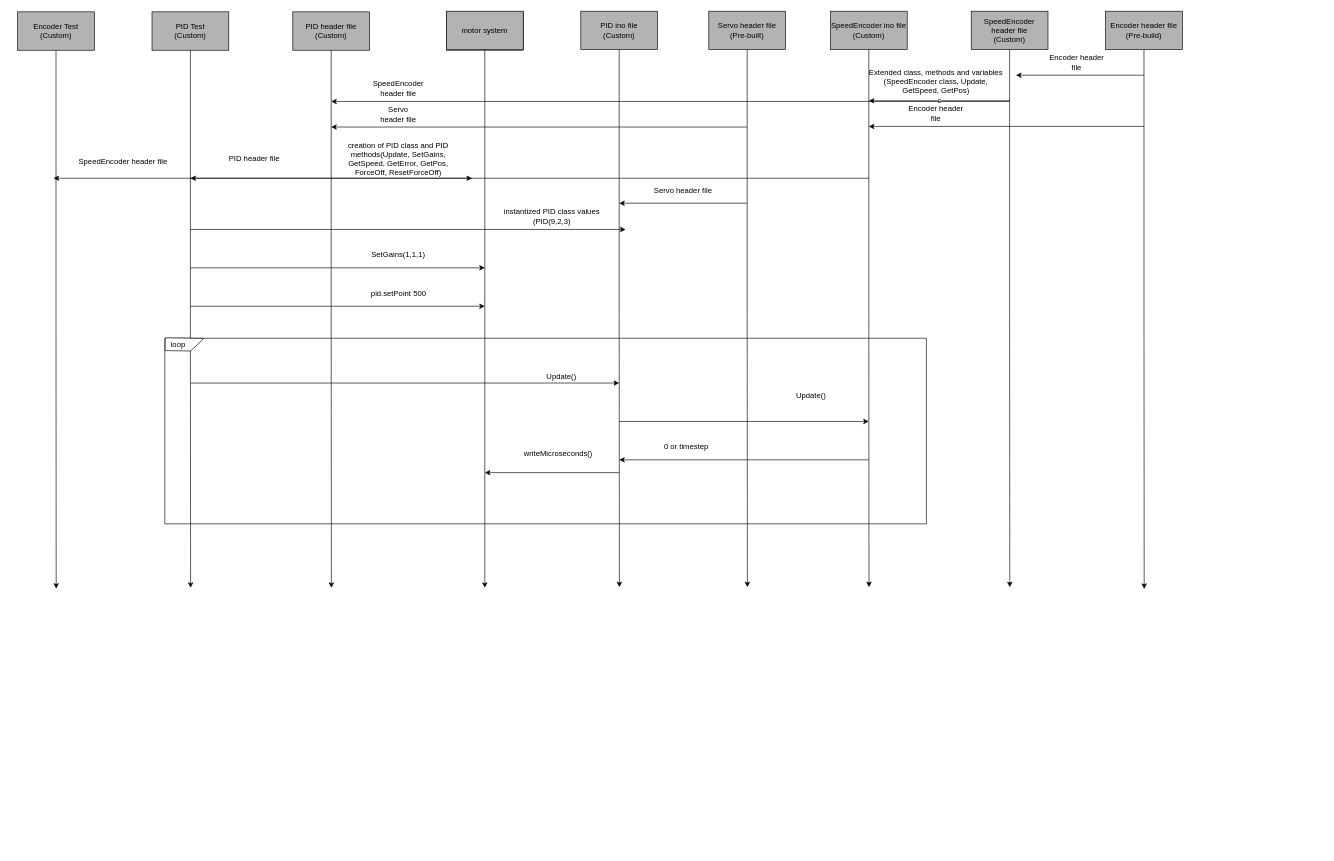
Daniel-Git-Hub/ENGG3000_T6 keeps this draw.io diagram as Diagrams/SpeedEncoder.drawio. Above is the earlier version. Source tidied: cells renumbered, new cells numbered last; positions are measured from the earlier drawing's top-left corner, leaving out a move shared by most shapes. Both pictures are drawn from the tidied source at 64%, with x=0, y=0 at pixel (17, 11).
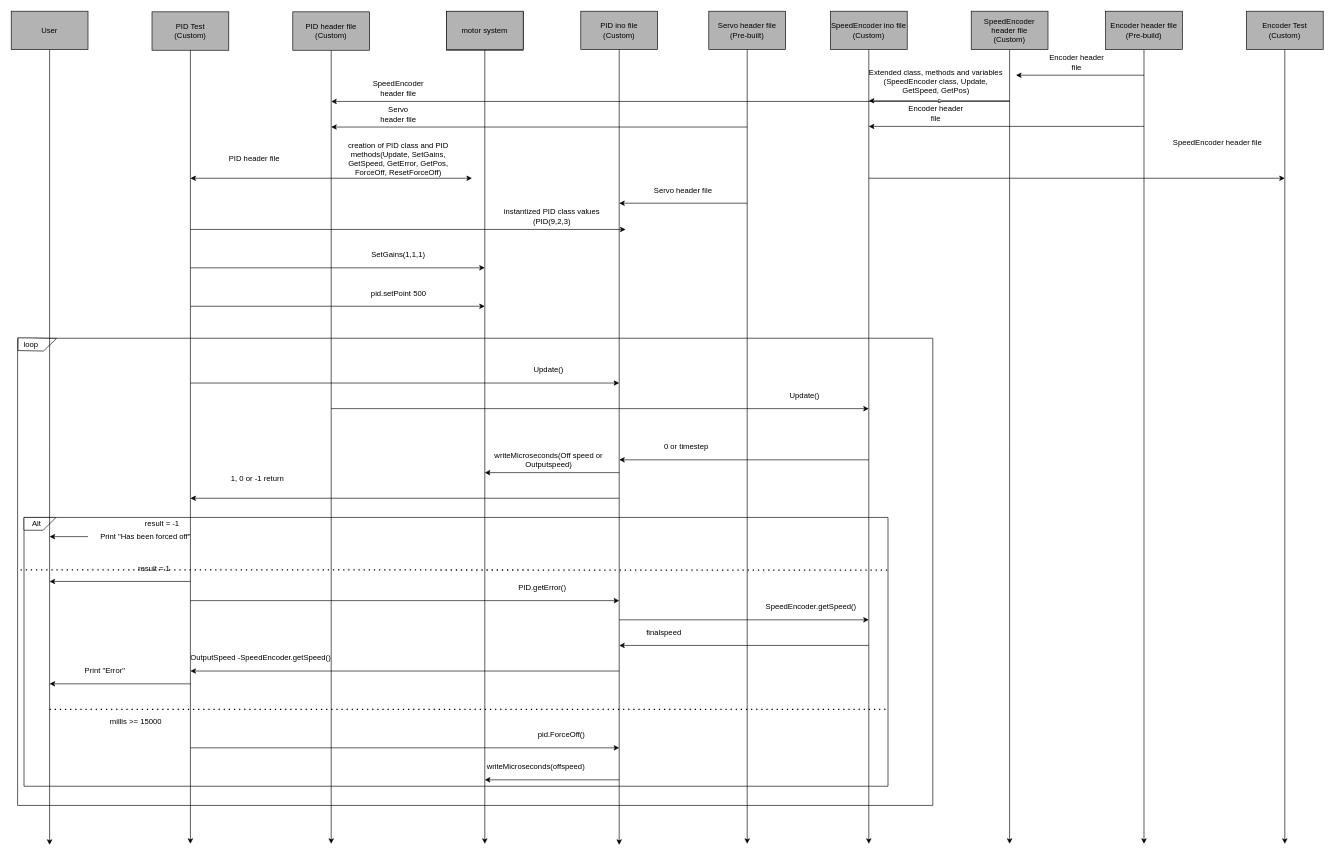
The same page after the edit.

Commit message:
Fixed Encoder loop

Unchanged cells that the change refers to:
```xml
<mxCell id="5" value="SpeedEncoder ino file&lt;br&gt;(Custom)" style="rounded=0;whiteSpace=wrap;html=1;fillColor=#B3B3B3;" parent="1" vertex="1">
  <mxGeometry x="1270" width="120" height="60" as="geometry" />
</mxCell>
<mxCell id="7" value="PID ino file&lt;br&gt;(Custom)" style="rounded=0;whiteSpace=wrap;html=1;fillColor=#B3B3B3;" parent="1" vertex="1">
  <mxGeometry x="880" width="120" height="60" as="geometry" />
</mxCell>
<mxCell id="9" value="PID header file&lt;br&gt;(Custom)" style="rounded=0;whiteSpace=wrap;html=1;fillColor=#B3B3B3;" parent="1" vertex="1">
  <mxGeometry x="430" y="1" width="120" height="60" as="geometry" />
</mxCell>
<mxCell id="11" value="PID Test&lt;br&gt;(Custom)" style="rounded=0;whiteSpace=wrap;html=1;fillColor=#B3B3B3;" parent="1" vertex="1">
  <mxGeometry x="210" y="1" width="120" height="60" as="geometry" />
</mxCell>
<mxCell id="13" value="SpeedEncoder header file&lt;br&gt;(Custom)" style="rounded=0;whiteSpace=wrap;html=1;fillColor=#B3B3B3;" parent="1" vertex="1">
  <mxGeometry x="1490" width="120" height="60" as="geometry" />
</mxCell>
<mxCell id="15" value="Encoder header file&lt;br&gt;(Pre-build)" style="rounded=0;whiteSpace=wrap;html=1;fillColor=#B3B3B3;" parent="1" vertex="1">
  <mxGeometry x="1700" width="120" height="60" as="geometry" />
</mxCell>
<mxCell id="23" value="Servo header file&lt;br&gt;(Pre-built)" style="rounded=0;whiteSpace=wrap;html=1;fillColor=#B3B3B3;" parent="1" vertex="1">
  <mxGeometry x="1080" width="120" height="60" as="geometry" />
</mxCell>
<mxCell id="52" value="motor system" style="rounded=0;whiteSpace=wrap;html=1;fillColor=#B3B3B3;" parent="1" vertex="1">
  <mxGeometry x="670" width="120" height="60" as="geometry" />
</mxCell>
```

Change to the diagram source:
```diff
@@
     <mxCell id="2" style="edgeStyle=orthogonalEdgeStyle;rounded=0;jettySize=auto;html=1;exitX=0.5;exitY=1;exitDx=0;exitDy=0;" parent="1" edge="1" source="3">
       <mxGeometry relative="1" as="geometry">
-        <mxPoint x="60.3" y="902.3" as="targetPoint" />
+        <mxPoint x="1980" y="1301" as="targetPoint" />
       </mxGeometry>
     </mxCell>
     <mxCell id="3" value="Encoder Test&lt;br&gt;(Custom)" style="rounded=0;whiteSpace=wrap;html=1;fillColor=#B3B3B3;" parent="1" vertex="1">
-      <mxGeometry y="1" width="120" height="60" as="geometry" />
+      <mxGeometry x="1920" width="120" height="60" as="geometry" />
     </mxCell>
     <mxCell id="4" style="edgeStyle=orthogonalEdgeStyle;rounded=0;jettySize=auto;html=1;exitX=0.5;exitY=1;exitDx=0;exitDy=0;" parent="1" edge="1" source="5">
       <mxGeometry relative="1" as="geometry">
-        <mxPoint x="1330.3" y="900" as="targetPoint" />
+        <mxPoint x="1330" y="1301" as="targetPoint" />
       </mxGeometry>
     </mxCell>
@@
     <mxCell id="6" style="edgeStyle=orthogonalEdgeStyle;rounded=0;jettySize=auto;html=1;exitX=0.5;exitY=1;exitDx=0;exitDy=0;" parent="1" edge="1" source="7">
       <mxGeometry relative="1" as="geometry">
-        <mxPoint x="940.3" y="900" as="targetPoint" />
+        <mxPoint x="940" y="1302.6" as="targetPoint" />
       </mxGeometry>
     </mxCell>
@@
     <mxCell id="8" style="edgeStyle=orthogonalEdgeStyle;rounded=0;jettySize=auto;html=1;exitX=0.5;exitY=1;exitDx=0;exitDy=0;" parent="1" edge="1" source="9">
       <mxGeometry relative="1" as="geometry">
-        <mxPoint x="490.3" y="901" as="targetPoint" />
+        <mxPoint x="490" y="1301" as="targetPoint" />
       </mxGeometry>
     </mxCell>
@@
     <mxCell id="10" style="edgeStyle=orthogonalEdgeStyle;rounded=0;jettySize=auto;html=1;exitX=0.5;exitY=1;exitDx=0;exitDy=0;" parent="1" edge="1" source="11">
       <mxGeometry relative="1" as="geometry">
-        <mxPoint x="270.3" y="901" as="targetPoint" />
+        <mxPoint x="270" y="1301" as="targetPoint" />
       </mxGeometry>
     </mxCell>
@@
     <mxCell id="12" style="edgeStyle=orthogonalEdgeStyle;rounded=0;jettySize=auto;html=1;exitX=0.5;exitY=1;exitDx=0;exitDy=0;" parent="1" edge="1" source="13">
       <mxGeometry relative="1" as="geometry">
-        <mxPoint x="1550.3" y="900" as="targetPoint" />
+        <mxPoint x="1550" y="1301" as="targetPoint" />
       </mxGeometry>
     </mxCell>
@@
     <mxCell id="14" style="edgeStyle=orthogonalEdgeStyle;rounded=0;jettySize=auto;html=1;exitX=0.5;exitY=1;exitDx=0;exitDy=0;" parent="1" edge="1" source="15">
       <mxGeometry relative="1" as="geometry">
-        <mxPoint x="1760.3" y="902.7" as="targetPoint" />
+        <mxPoint x="1760" y="1301" as="targetPoint" />
       </mxGeometry>
     </mxCell>
@@
     <mxCell id="22" style="edgeStyle=orthogonalEdgeStyle;rounded=0;jettySize=auto;html=1;exitX=0.5;exitY=1;exitDx=0;exitDy=0;" parent="1" edge="1" source="23">
       <mxGeometry relative="1" as="geometry">
-        <mxPoint x="1140.3" y="900" as="targetPoint" />
+        <mxPoint x="1140" y="1301" as="targetPoint" />
       </mxGeometry>
     </mxCell>
@@
     <mxCell id="36" style="endArrow=classic;html=1;" parent="1" edge="1">
       <mxGeometry relative="1" as="geometry">
         <mxPoint x="1330" y="261" as="sourcePoint" />
-        <mxPoint x="56.2" y="261" as="targetPoint" />
+        <mxPoint x="1980" y="261" as="targetPoint" />
       </mxGeometry>
     </mxCell>
     <mxCell id="37" value="SpeedEncoder header file" style="text;html=1;strokeColor=none;fillColor=none;align=center;verticalAlign=middle;whiteSpace=wrap;rounded=0;" parent="1" vertex="1">
-      <mxGeometry x="90" y="221" width="150" height="30" as="geometry" />
+      <mxGeometry x="1800" y="191" width="150" height="30" as="geometry" />
     </mxCell>
@@
     <mxCell id="42" style="swimlane;startSize=0;" parent="1" vertex="1">
-      <mxGeometry x="230" y="511" width="1190" height="290" as="geometry" />
+      <mxGeometry y="511" width="1430" height="730" as="geometry" />
     </mxCell>
@@
     <mxCell id="45" value="Update()" style="text;html=1;strokeColor=none;fillColor=none;align=center;verticalAlign=middle;whiteSpace=wrap;rounded=0;" parent="42" vertex="1">
-      <mxGeometry x="580" y="50" width="80" height="20" as="geometry" />
+      <mxGeometry x="790" y="40" width="80" height="20" as="geometry" />
     </mxCell>
     <mxCell id="46" style="endArrow=classic;html=1;" parent="42" edge="1">
       <mxGeometry relative="1" as="geometry">
-        <mxPoint x="710" y="130" as="sourcePoint" />
-        <mxPoint x="1100" y="130" as="targetPoint" />
+        <mxPoint x="490" y="110" as="sourcePoint" />
+        <mxPoint x="1330" y="110" as="targetPoint" />
       </mxGeometry>
     </mxCell>
     <mxCell id="47" value="Update()" style="text;html=1;strokeColor=none;fillColor=none;align=center;verticalAlign=middle;whiteSpace=wrap;rounded=0;" parent="42" vertex="1">
-      <mxGeometry x="970" y="80" width="80" height="20" as="geometry" />
+      <mxGeometry x="1190" y="80" width="80" height="20" as="geometry" />
     </mxCell>
     <mxCell id="48" value="0 or timestep" style="text;html=1;strokeColor=none;fillColor=none;align=center;verticalAlign=middle;whiteSpace=wrap;rounded=0;" parent="42" vertex="1">
-      <mxGeometry x="760" y="160" width="110" height="20" as="geometry" />
+      <mxGeometry x="990" y="160" width="110" height="20" as="geometry" />
     </mxCell>
-    <mxCell id="49" value="writeMicroseconds()" style="text;html=1;strokeColor=none;fillColor=none;align=center;verticalAlign=middle;whiteSpace=wrap;rounded=0;" parent="42" vertex="1">
-      <mxGeometry x="550" y="170" width="130" height="20" as="geometry" />
+    <mxCell id="49" value="writeMicroseconds(Off speed or Outputspeed)" style="text;html=1;strokeColor=none;fillColor=none;align=center;verticalAlign=middle;whiteSpace=wrap;rounded=0;" parent="42" vertex="1">
+      <mxGeometry x="740" y="180" width="180" height="20" as="geometry" />
     </mxCell>
+    <mxCell id="56" value="1, 0 or -1 return" style="text;html=1;strokeColor=none;fillColor=none;align=center;verticalAlign=middle;whiteSpace=wrap;rounded=0;" parent="42" vertex="1">
+      <mxGeometry x="320" y="210" width="110" height="20" as="geometry" />
+    </mxCell>
+    <mxCell id="57" style="swimlane;startSize=0;" parent="42" vertex="1">
+      <mxGeometry x="10" y="280" width="1350" height="420" as="geometry" />
+    </mxCell>
+    <mxCell id="58" style="shape=card;whiteSpace=wrap;html=1;rotation=-180;" parent="57" vertex="1">
+      <mxGeometry width="50" height="20" as="geometry" />
+    </mxCell>
+    <mxCell id="59" value="Alt" style="text;html=1;strokeColor=none;fillColor=none;align=center;verticalAlign=middle;whiteSpace=wrap;rounded=0;" parent="57" vertex="1">
+      <mxGeometry width="40" height="20" as="geometry" />
+    </mxCell>
+    <mxCell id="60" value="result = -1" style="text;html=1;strokeColor=none;fillColor=none;align=center;verticalAlign=middle;whiteSpace=wrap;rounded=0;" parent="57" vertex="1">
+      <mxGeometry x="181" width="70" height="20" as="geometry" />
+    </mxCell>
+    <mxCell id="61" value="result = 1" style="text;html=1;strokeColor=none;fillColor=none;align=center;verticalAlign=middle;whiteSpace=wrap;rounded=0;" parent="57" vertex="1">
+      <mxGeometry x="156" y="70" width="95" height="20" as="geometry" />
+    </mxCell>
+    <mxCell id="62" value="finalspeed" style="text;html=1;strokeColor=none;fillColor=none;align=center;verticalAlign=middle;whiteSpace=wrap;rounded=0;" parent="57" vertex="1">
+      <mxGeometry x="980" y="170" width="40" height="20" as="geometry" />
+    </mxCell>
+    <mxCell id="63" value="OutputSpeed -SpeedEncoder.getSpeed()" style="text;html=1;strokeColor=none;fillColor=none;align=center;verticalAlign=middle;whiteSpace=wrap;rounded=0;" parent="57" vertex="1">
+      <mxGeometry x="220" y="210" width="300" height="20" as="geometry" />
+    </mxCell>
+    <mxCell id="64" value="Print &quot;Error&quot;&amp;nbsp;&amp;nbsp;" style="text;html=1;strokeColor=none;fillColor=none;align=center;verticalAlign=middle;whiteSpace=wrap;rounded=0;" parent="57" vertex="1">
+      <mxGeometry x="70" y="230" width="120" height="20" as="geometry" />
+    </mxCell>
+    <mxCell id="65" value="millis &amp;gt;= 15000" style="text;html=1;strokeColor=none;fillColor=none;align=center;verticalAlign=middle;whiteSpace=wrap;rounded=0;" parent="57" vertex="1">
+      <mxGeometry x="130" y="310" width="90" height="20" as="geometry" />
+    </mxCell>
+    <mxCell id="66" value="pid.ForceOff()" style="text;html=1;strokeColor=none;fillColor=none;align=center;verticalAlign=middle;whiteSpace=wrap;rounded=0;" parent="57" vertex="1">
+      <mxGeometry x="820" y="330" width="40" height="20" as="geometry" />
+    </mxCell>
+    <mxCell id="67" value="writeMicroseconds(offspeed)" style="text;html=1;strokeColor=none;fillColor=none;align=center;verticalAlign=middle;whiteSpace=wrap;rounded=0;" parent="57" vertex="1">
+      <mxGeometry x="780" y="380" width="40" height="20" as="geometry" />
+    </mxCell>
+    <mxCell id="68" style="endArrow=none;dashed=1;html=1;dashPattern=1 3;strokeWidth=2;entryX=-0.006;entryY=0.195;entryDx=0;entryDy=0;entryPerimeter=0;exitX=0.999;exitY=0.196;exitDx=0;exitDy=0;exitPerimeter=0;" parent="42" edge="1" source="57" target="57">
+      <mxGeometry relative="1" as="geometry" />
+    </mxCell>
+    <mxCell id="69" value="PID.getError()" style="text;html=1;strokeColor=none;fillColor=none;align=center;verticalAlign=middle;whiteSpace=wrap;rounded=0;" parent="42" vertex="1">
+      <mxGeometry x="710" y="380" width="220" height="20" as="geometry" />
+    </mxCell>
+    <mxCell id="70" value="SpeedEncoder.getSpeed()" style="text;html=1;strokeColor=none;fillColor=none;align=center;verticalAlign=middle;whiteSpace=wrap;rounded=0;" parent="42" vertex="1">
+      <mxGeometry x="1220" y="410" width="40" height="20" as="geometry" />
+    </mxCell>
@@
     <mxCell id="51" style="edgeStyle=orthogonalEdgeStyle;rounded=0;jettySize=auto;html=1;exitX=0.5;exitY=1;exitDx=0;exitDy=0;" parent="1" edge="1" source="52">
       <mxGeometry relative="1" as="geometry">
-        <mxPoint x="730" y="901" as="targetPoint" />
+        <mxPoint x="730" y="1301" as="targetPoint" />
       </mxGeometry>
     </mxCell>
@@
+    <mxCell id="71" style="endArrow=classic;html=1;" parent="1" edge="1">
+      <mxGeometry relative="1" as="geometry">
+        <mxPoint x="940" y="761" as="sourcePoint" />
+        <mxPoint x="270" y="761" as="targetPoint" />
+      </mxGeometry>
+    </mxCell>
+    <mxCell id="72" style="edgeStyle=orthogonalEdgeStyle;rounded=0;jettySize=auto;html=1;exitX=0.5;exitY=1;exitDx=0;exitDy=0;" parent="1" edge="1" source="73">
+      <mxGeometry relative="1" as="geometry">
+        <mxPoint x="50" y="1302.6" as="targetPoint" />
+      </mxGeometry>
+    </mxCell>
+    <mxCell id="73" value="User" style="rounded=0;whiteSpace=wrap;html=1;fillColor=#B3B3B3;" parent="1" vertex="1">
+      <mxGeometry x="-10" width="120" height="60" as="geometry" />
+    </mxCell>
+    <mxCell id="74" style="endArrow=classic;html=1;startArrow=none;" parent="1" edge="1" source="75">
+      <mxGeometry relative="1" as="geometry">
+        <mxPoint x="50" y="821" as="targetPoint" />
+      </mxGeometry>
+    </mxCell>
+    <mxCell id="75" value="Print &quot;Has been forced off&quot;" style="text;html=1;strokeColor=none;fillColor=none;align=center;verticalAlign=middle;whiteSpace=wrap;rounded=0;" parent="1" vertex="1">
+      <mxGeometry x="110" y="811" width="180" height="20" as="geometry" />
+    </mxCell>
+    <mxCell id="76" style="endArrow=classic;html=1;" parent="1" edge="1">
+      <mxGeometry relative="1" as="geometry">
+        <mxPoint x="270" y="891" as="sourcePoint" />
+        <mxPoint x="50" y="891" as="targetPoint" />
+      </mxGeometry>
+    </mxCell>
+    <mxCell id="77" style="endArrow=classic;html=1;" parent="1" edge="1">
+      <mxGeometry relative="1" as="geometry">
+        <mxPoint x="270" y="921" as="sourcePoint" />
+        <mxPoint x="940" y="921" as="targetPoint" />
+      </mxGeometry>
+    </mxCell>
+    <mxCell id="78" style="endArrow=classic;html=1;" parent="1" edge="1">
+      <mxGeometry relative="1" as="geometry">
+        <mxPoint x="940" y="951" as="sourcePoint" />
+        <mxPoint x="1330" y="951" as="targetPoint" />
+      </mxGeometry>
+    </mxCell>
+    <mxCell id="79" style="endArrow=classic;html=1;" parent="1" edge="1">
+      <mxGeometry relative="1" as="geometry">
+        <mxPoint x="1330" y="991" as="sourcePoint" />
+        <mxPoint x="940" y="991" as="targetPoint" />
+      </mxGeometry>
+    </mxCell>
+    <mxCell id="80" style="endArrow=classic;html=1;" parent="1" edge="1">
+      <mxGeometry relative="1" as="geometry">
+        <mxPoint x="940" y="1031" as="sourcePoint" />
+        <mxPoint x="270" y="1031" as="targetPoint" />
+      </mxGeometry>
+    </mxCell>
+    <mxCell id="81" style="endArrow=classic;html=1;" parent="1" edge="1">
+      <mxGeometry relative="1" as="geometry">
+        <mxPoint x="270" y="1051" as="sourcePoint" />
+        <mxPoint x="50" y="1051" as="targetPoint" />
+      </mxGeometry>
+    </mxCell>
+    <mxCell id="82" style="endArrow=none;dashed=1;html=1;dashPattern=1 3;strokeWidth=2;" parent="1" edge="1">
+      <mxGeometry relative="1" as="geometry">
+        <mxPoint x="50" y="1091" as="sourcePoint" />
+        <mxPoint x="1359" y="1091" as="targetPoint" />
+      </mxGeometry>
+    </mxCell>
+    <mxCell id="83" style="endArrow=classic;html=1;" parent="1" edge="1">
+      <mxGeometry relative="1" as="geometry">
+        <mxPoint x="270" y="1151" as="sourcePoint" />
+        <mxPoint x="940" y="1151" as="targetPoint" />
+      </mxGeometry>
+    </mxCell>
+    <mxCell id="84" style="endArrow=classic;html=1;" parent="1" edge="1">
+      <mxGeometry relative="1" as="geometry">
+        <mxPoint x="940" y="1201" as="sourcePoint" />
+        <mxPoint x="730" y="1201" as="targetPoint" />
+      </mxGeometry>
+    </mxCell>
```
